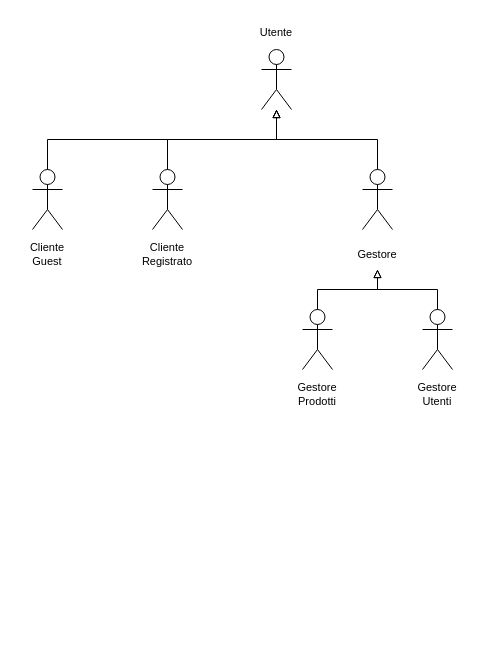
Before: Documenti progetto/Mock-ups/Utenti.drawio in AlfredoUNISA/SecondLifeTech, a draw.io diagram. Source tidied: cells renumbered, new cells numbered last; positions are measured from the earlier drawing's top-left corner, leaving out a move shared by most shapes. Both pictures are drawn from the tidied source at 100%, with x=0, y=0 at pixel (17, 17).
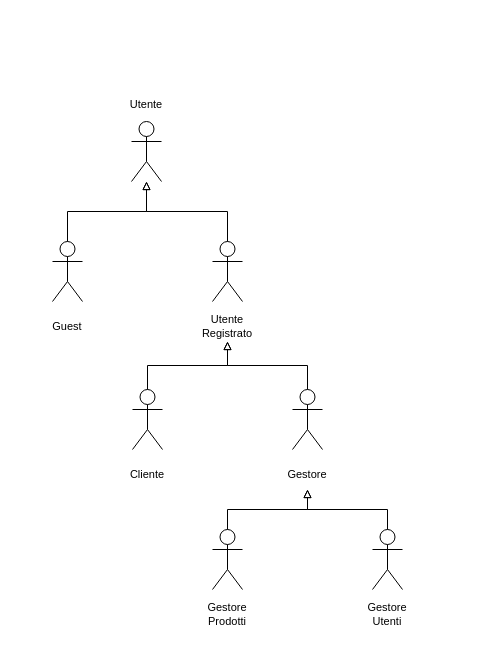
The same diagram, later.

Commit message (it also covers changes not shown here):
Modifica Utenti

The change refers to these unchanged cells:
```xml
<mxCell id="3" style="shape=umlActor;verticalLabelPosition=bottom;verticalAlign=top;html=1;outlineConnect=0;" parent="2" vertex="1">
  <mxGeometry x="15" y="32" width="30" height="60" as="geometry" />
</mxCell>
<mxCell id="14" style="shape=umlActor;verticalLabelPosition=bottom;verticalAlign=top;html=1;outlineConnect=0;" parent="13" vertex="1">
  <mxGeometry x="15" width="30" height="60" as="geometry" />
</mxCell>
```

The edit, as a diff of the source:
```diff
@@
     <mxCell id="2" style="group;" parent="1" vertex="1">
-      <mxGeometry x="229" width="60" height="92" as="geometry" />
+      <mxGeometry x="99" y="72" width="60" height="92" as="geometry" />
     </mxCell>
@@
-    <mxCell id="5" style="group;" parent="1" vertex="1">
-      <mxGeometry x="120" y="152" width="60" height="100" as="geometry" />
-    </mxCell>
-    <mxCell id="6" style="shape=umlActor;verticalLabelPosition=bottom;verticalAlign=top;html=1;outlineConnect=0;" parent="5" vertex="1">
-      <mxGeometry x="15" width="30" height="60" as="geometry" />
-    </mxCell>
-    <mxCell id="7" value="Cliente&lt;br&gt;Registrato" style="text;html=1;strokeColor=none;fillColor=none;align=center;verticalAlign=middle;whiteSpace=wrap;rounded=0;fontSize=11;" parent="5" vertex="1">
-      <mxGeometry y="70" width="60" height="30" as="geometry" />
-    </mxCell>
-    <mxCell id="8" style="edgeStyle=orthogonalEdgeStyle;rounded=0;jettySize=auto;html=1;exitX=0.5;exitY=0;exitDx=0;exitDy=0;exitPerimeter=0;fontSize=11;startArrow=none;startFill=0;endArrow=block;endFill=0;" parent="1" edge="1" source="6" target="3">
-      <mxGeometry relative="1" as="geometry" />
-    </mxCell>
-    <mxCell id="9" style="group;" parent="1" vertex="1">
-      <mxGeometry x="330" y="152" width="60" height="100" as="geometry" />
-    </mxCell>
-    <mxCell id="10" style="shape=umlActor;verticalLabelPosition=bottom;verticalAlign=top;html=1;outlineConnect=0;" parent="9" vertex="1">
-      <mxGeometry x="15" width="30" height="60" as="geometry" />
-    </mxCell>
-    <mxCell id="11" value="Gestore" style="text;html=1;strokeColor=none;fillColor=none;align=center;verticalAlign=middle;whiteSpace=wrap;rounded=0;fontSize=11;" parent="9" vertex="1">
-      <mxGeometry y="70" width="60" height="30" as="geometry" />
-    </mxCell>
-    <mxCell id="12" style="edgeStyle=orthogonalEdgeStyle;rounded=0;jettySize=auto;html=1;exitX=0.5;exitY=0;exitDx=0;exitDy=0;exitPerimeter=0;fontSize=11;startArrow=none;startFill=0;endArrow=block;endFill=0;" parent="1" edge="1" source="10" target="3">
-      <mxGeometry relative="1" as="geometry" />
-    </mxCell>
     <mxCell id="13" style="group;" parent="1" vertex="1">
-      <mxGeometry y="152" width="60" height="100" as="geometry" />
+      <mxGeometry x="20" y="224" width="60" height="100" as="geometry" />
     </mxCell>
@@
-    <mxCell id="15" value="Cliente&lt;br&gt;Guest" style="text;html=1;strokeColor=none;fillColor=none;align=center;verticalAlign=middle;whiteSpace=wrap;rounded=0;fontSize=11;" parent="13" vertex="1">
+    <mxCell id="15" value="Guest" style="text;html=1;strokeColor=none;fillColor=none;align=center;verticalAlign=middle;whiteSpace=wrap;rounded=0;fontSize=11;" parent="13" vertex="1">
       <mxGeometry y="70" width="60" height="30" as="geometry" />
     </mxCell>
-    <mxCell id="16" style="group;" parent="1" vertex="1">
-      <mxGeometry x="270" y="292" width="60" height="100" as="geometry" />
-    </mxCell>
-    <mxCell id="17" style="shape=umlActor;verticalLabelPosition=bottom;verticalAlign=top;html=1;outlineConnect=0;" parent="16" vertex="1">
-      <mxGeometry x="15" width="30" height="60" as="geometry" />
-    </mxCell>
+    <mxCell id="24" style="edgeStyle=orthogonalEdgeStyle;rounded=0;jettySize=auto;html=1;exitX=0.5;exitY=0;exitDx=0;exitDy=0;exitPerimeter=0;endArrow=block;endFill=0;" parent="1" edge="1" source="14" target="3">
+      <mxGeometry relative="1" as="geometry" />
+    </mxCell>
+    <mxCell id="25" style="group;" parent="1" vertex="1">
+      <mxGeometry x="100" y="372" width="60" height="100" as="geometry" />
+    </mxCell>
+    <mxCell id="26" style="shape=umlActor;verticalLabelPosition=bottom;verticalAlign=top;html=1;outlineConnect=0;" parent="25" vertex="1">
+      <mxGeometry x="15" width="30" height="60" as="geometry" />
+    </mxCell>
+    <mxCell id="27" value="Cliente" style="text;html=1;strokeColor=none;fillColor=none;align=center;verticalAlign=middle;whiteSpace=wrap;rounded=0;fontSize=11;" parent="25" vertex="1">
+      <mxGeometry y="70" width="60" height="30" as="geometry" />
+    </mxCell>
+    <mxCell id="28" style="group;" parent="1" vertex="1">
+      <mxGeometry x="260" y="372" width="60" height="100" as="geometry" />
+    </mxCell>
+    <mxCell id="29" style="shape=umlActor;verticalLabelPosition=bottom;verticalAlign=top;html=1;outlineConnect=0;" parent="28" vertex="1">
+      <mxGeometry x="15" width="30" height="60" as="geometry" />
+    </mxCell>
+    <mxCell id="11" value="Gestore" style="text;html=1;strokeColor=none;fillColor=none;align=center;verticalAlign=middle;whiteSpace=wrap;rounded=0;fontSize=11;" parent="28" vertex="1">
+      <mxGeometry y="70" width="60" height="30" as="geometry" />
+    </mxCell>
+    <mxCell id="30" style="group;" parent="1" vertex="1">
+      <mxGeometry x="180" y="512" width="60" height="100" as="geometry" />
+    </mxCell>
+    <mxCell id="31" style="shape=umlActor;verticalLabelPosition=bottom;verticalAlign=top;html=1;outlineConnect=0;" parent="30" vertex="1">
+      <mxGeometry x="15" width="30" height="60" as="geometry" />
+    </mxCell>
-    <mxCell id="18" value="Gestore&lt;br&gt;Prodotti" style="text;html=1;strokeColor=none;fillColor=none;align=center;verticalAlign=middle;whiteSpace=wrap;rounded=0;fontSize=11;" parent="16" vertex="1">
+    <mxCell id="18" value="Gestore&lt;br&gt;Prodotti" style="text;html=1;strokeColor=none;fillColor=none;align=center;verticalAlign=middle;whiteSpace=wrap;rounded=0;fontSize=11;" parent="30" vertex="1">
       <mxGeometry y="70" width="60" height="30" as="geometry" />
     </mxCell>
-    <mxCell id="19" style="group;" parent="1" vertex="1">
-      <mxGeometry x="390" y="292" width="60" height="100" as="geometry" />
-    </mxCell>
-    <mxCell id="20" style="shape=umlActor;verticalLabelPosition=bottom;verticalAlign=top;html=1;outlineConnect=0;" parent="19" vertex="1">
-      <mxGeometry x="15" width="30" height="60" as="geometry" />
-    </mxCell>
+    <mxCell id="32" style="group;" parent="1" vertex="1">
+      <mxGeometry x="340" y="512" width="60" height="100" as="geometry" />
+    </mxCell>
+    <mxCell id="33" style="shape=umlActor;verticalLabelPosition=bottom;verticalAlign=top;html=1;outlineConnect=0;" parent="32" vertex="1">
+      <mxGeometry x="15" width="30" height="60" as="geometry" />
+    </mxCell>
-    <mxCell id="21" value="Gestore&lt;br&gt;Utenti" style="text;html=1;strokeColor=none;fillColor=none;align=center;verticalAlign=middle;whiteSpace=wrap;rounded=0;fontSize=11;" parent="19" vertex="1">
+    <mxCell id="21" value="Gestore&lt;br&gt;Utenti" style="text;html=1;strokeColor=none;fillColor=none;align=center;verticalAlign=middle;whiteSpace=wrap;rounded=0;fontSize=11;" parent="32" vertex="1">
       <mxGeometry y="70" width="60" height="30" as="geometry" />
     </mxCell>
-    <mxCell id="22" style="edgeStyle=orthogonalEdgeStyle;rounded=0;jettySize=auto;html=1;exitX=0.5;exitY=0;exitDx=0;exitDy=0;exitPerimeter=0;entryX=0.5;entryY=1;entryDx=0;entryDy=0;endArrow=block;endFill=0;" parent="1" edge="1" source="20" target="11">
-      <mxGeometry relative="1" as="geometry" />
-    </mxCell>
-    <mxCell id="23" style="edgeStyle=orthogonalEdgeStyle;rounded=0;jettySize=auto;html=1;exitX=0.5;exitY=0;exitDx=0;exitDy=0;exitPerimeter=0;entryX=0.5;entryY=1;entryDx=0;entryDy=0;endArrow=block;endFill=0;" parent="1" edge="1" source="17" target="11">
-      <mxGeometry relative="1" as="geometry" />
-    </mxCell>
-    <mxCell id="24" style="edgeStyle=orthogonalEdgeStyle;rounded=0;jettySize=auto;html=1;exitX=0.5;exitY=0;exitDx=0;exitDy=0;exitPerimeter=0;endArrow=block;endFill=0;" parent="1" edge="1" source="14" target="3">
-      <mxGeometry relative="1" as="geometry" />
-    </mxCell>
+    <mxCell id="34" style="edgeStyle=orthogonalEdgeStyle;rounded=0;jettySize=auto;html=1;exitX=0.5;exitY=0;exitDx=0;exitDy=0;exitPerimeter=0;entryX=0.5;entryY=1;entryDx=0;entryDy=0;endArrow=block;endFill=0;" parent="1" edge="1" source="33" target="11">
+      <mxGeometry relative="1" as="geometry" />
+    </mxCell>
+    <mxCell id="35" style="edgeStyle=orthogonalEdgeStyle;rounded=0;jettySize=auto;html=1;exitX=0.5;exitY=0;exitDx=0;exitDy=0;exitPerimeter=0;entryX=0.5;entryY=1;entryDx=0;entryDy=0;endArrow=block;endFill=0;" parent="1" edge="1" source="31" target="11">
+      <mxGeometry relative="1" as="geometry" />
+    </mxCell>
+    <mxCell id="36" style="group;" parent="1" vertex="1">
+      <mxGeometry x="180" y="224" width="60" height="100" as="geometry" />
+    </mxCell>
+    <mxCell id="37" style="shape=umlActor;verticalLabelPosition=bottom;verticalAlign=top;html=1;outlineConnect=0;" parent="36" vertex="1">
+      <mxGeometry x="15" width="30" height="60" as="geometry" />
+    </mxCell>
+    <mxCell id="38" value="Utente&lt;br&gt;Registrato" style="text;html=1;strokeColor=none;fillColor=none;align=center;verticalAlign=middle;whiteSpace=wrap;rounded=0;fontSize=11;" parent="36" vertex="1">
+      <mxGeometry y="70" width="60" height="30" as="geometry" />
+    </mxCell>
+    <mxCell id="39" style="edgeStyle=orthogonalEdgeStyle;rounded=0;jettySize=auto;html=1;exitX=0.5;exitY=0;exitDx=0;exitDy=0;exitPerimeter=0;endArrow=block;endFill=0;" parent="1" edge="1" source="37" target="3">
+      <mxGeometry relative="1" as="geometry" />
+    </mxCell>
+    <mxCell id="40" style="edgeStyle=orthogonalEdgeStyle;rounded=0;jettySize=auto;html=1;exitX=0.5;exitY=0;exitDx=0;exitDy=0;exitPerimeter=0;entryX=0.5;entryY=1;entryDx=0;entryDy=0;endArrow=block;endFill=0;" parent="1" edge="1" source="26" target="38">
+      <mxGeometry relative="1" as="geometry" />
+    </mxCell>
+    <mxCell id="41" style="edgeStyle=orthogonalEdgeStyle;rounded=0;jettySize=auto;html=1;exitX=0.5;exitY=0;exitDx=0;exitDy=0;exitPerimeter=0;entryX=0.5;entryY=1;entryDx=0;entryDy=0;endArrow=block;endFill=0;" parent="1" edge="1" source="29" target="38">
+      <mxGeometry relative="1" as="geometry" />
+    </mxCell>
```
